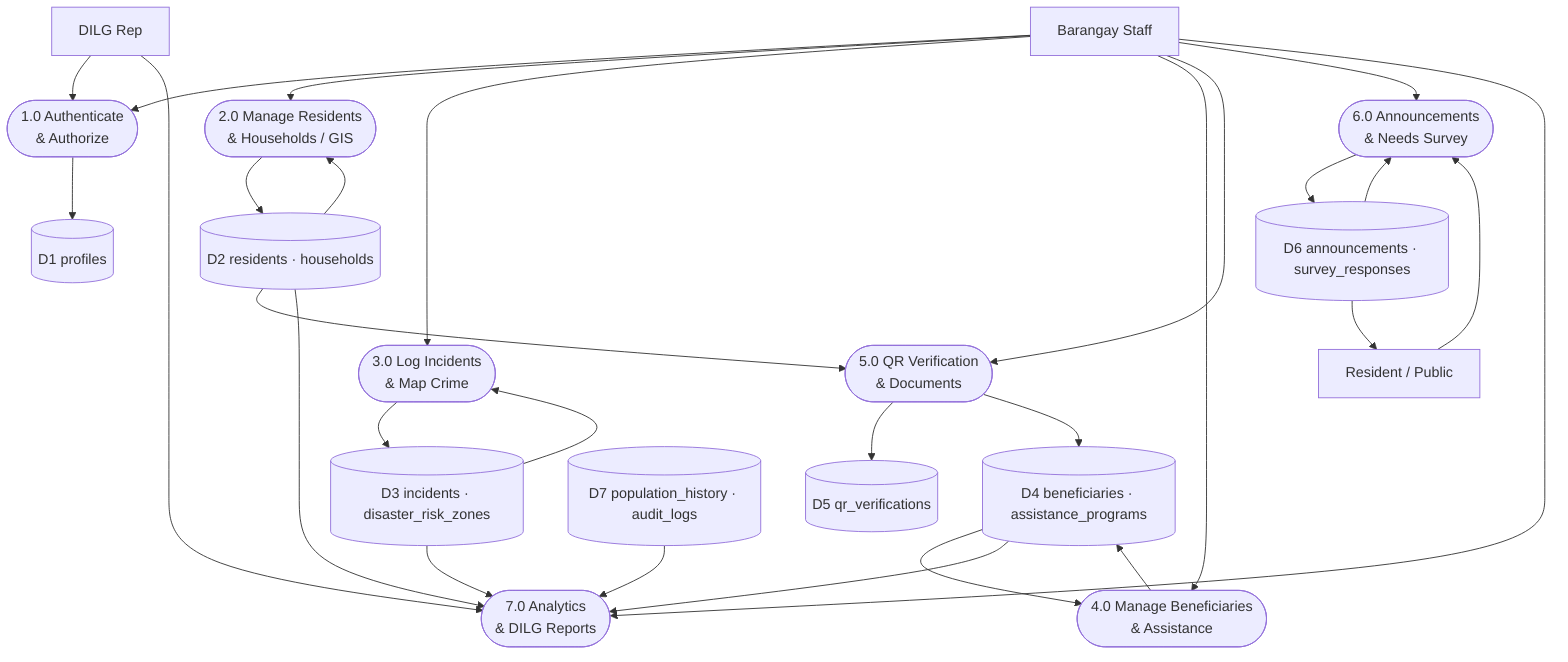
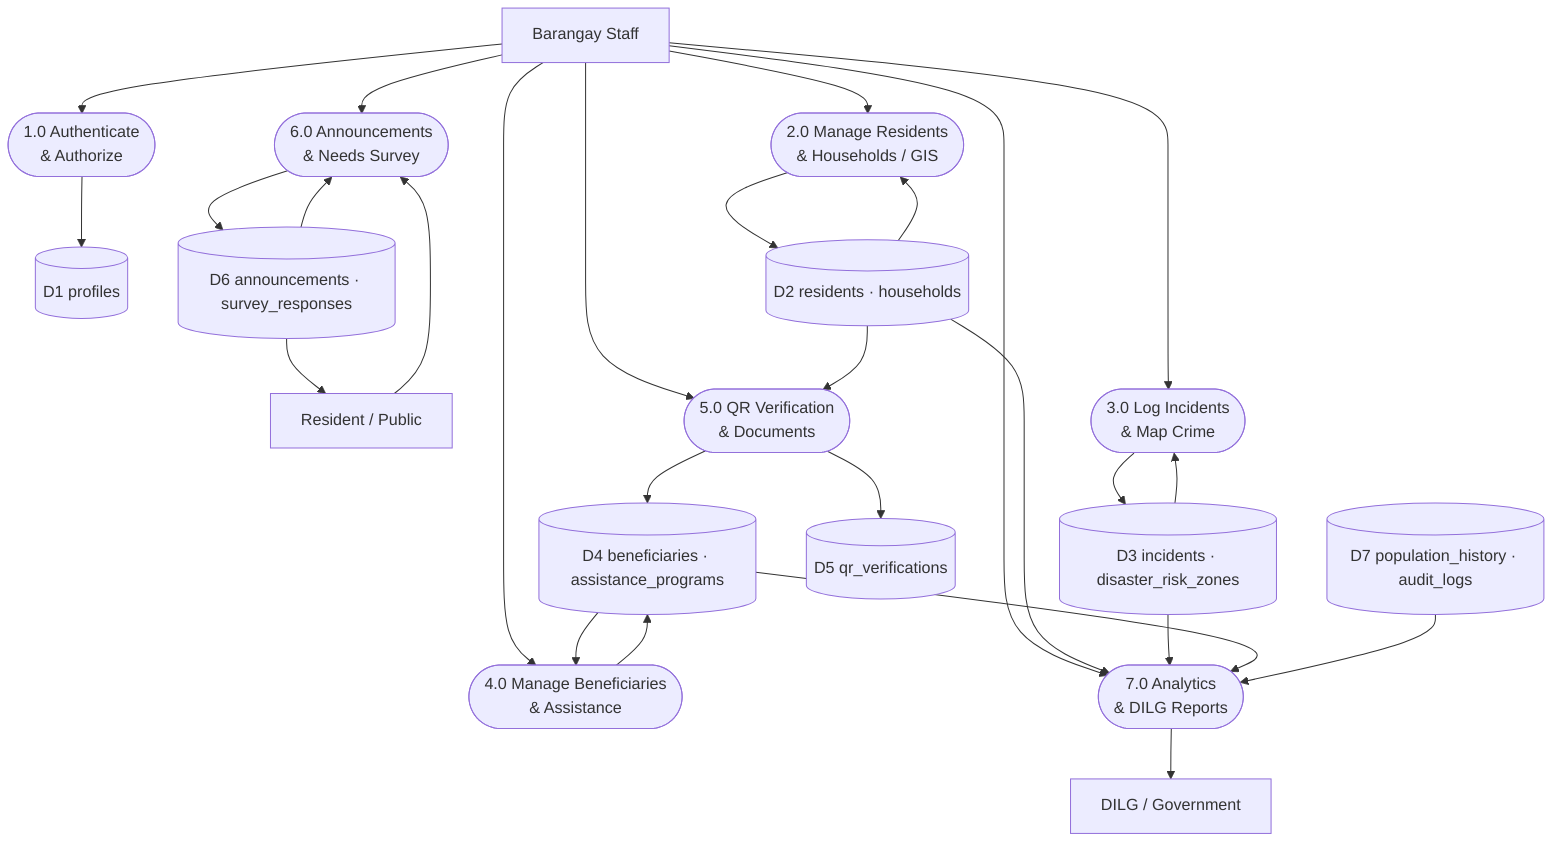
flowchart TD
    %% ---- External entities ----
    Staff[Barangay Staff]
-     DILGrep[DILG Rep]
+     DILG[DILG / Government]
    Public[Resident / Public]

    %% ---- Processes ----
    P1([1.0 Authenticate<br/>& Authorize])
    P2([2.0 Manage Residents<br/>& Households / GIS])
    P3([3.0 Log Incidents<br/>& Map Crime])
    P4([4.0 Manage Beneficiaries<br/>& Assistance])
    P5([5.0 QR Verification<br/>& Documents])
    P6([6.0 Announcements<br/>& Needs Survey])
    P7([7.0 Analytics<br/>& DILG Reports])

    %% ---- Data stores ----
    D1[(D1 profiles)]
    D2[(D2 residents · households)]
    D3[(D3 incidents · disaster_risk_zones)]
    D4[(D4 beneficiaries · assistance_programs)]
    D5[(D5 qr_verifications)]
    D6[(D6 announcements · survey_responses)]
    D7[(D7 population_history · audit_logs)]

    %% ---- Auth ----
    Staff --> P1
-     DILGrep --> P1
    P1 --> D1

    %% ---- Residents / households ----
    Staff --> P2
    P2 --> D2
    D2 --> P2

    %% ---- Incidents ----
    Staff --> P3
    P3 --> D3
    D3 --> P3

    %% ---- Beneficiaries ----
    Staff --> P4
    P4 --> D4
    D4 --> P4

    %% ---- QR / documents ----
    Staff --> P5
    D2 --> P5
    P5 --> D5
    P5 --> D4

    %% ---- Announcements / survey ----
    Staff --> P6
    Public --> P6
    P6 --> D6
    D6 --> P6
    D6 --> Public

    %% ---- Analytics / reports ----
    Staff --> P7
-     DILGrep --> P7
    D2 --> P7
    D3 --> P7
    D4 --> P7
    D7 --> P7
+     P7 --> DILG
